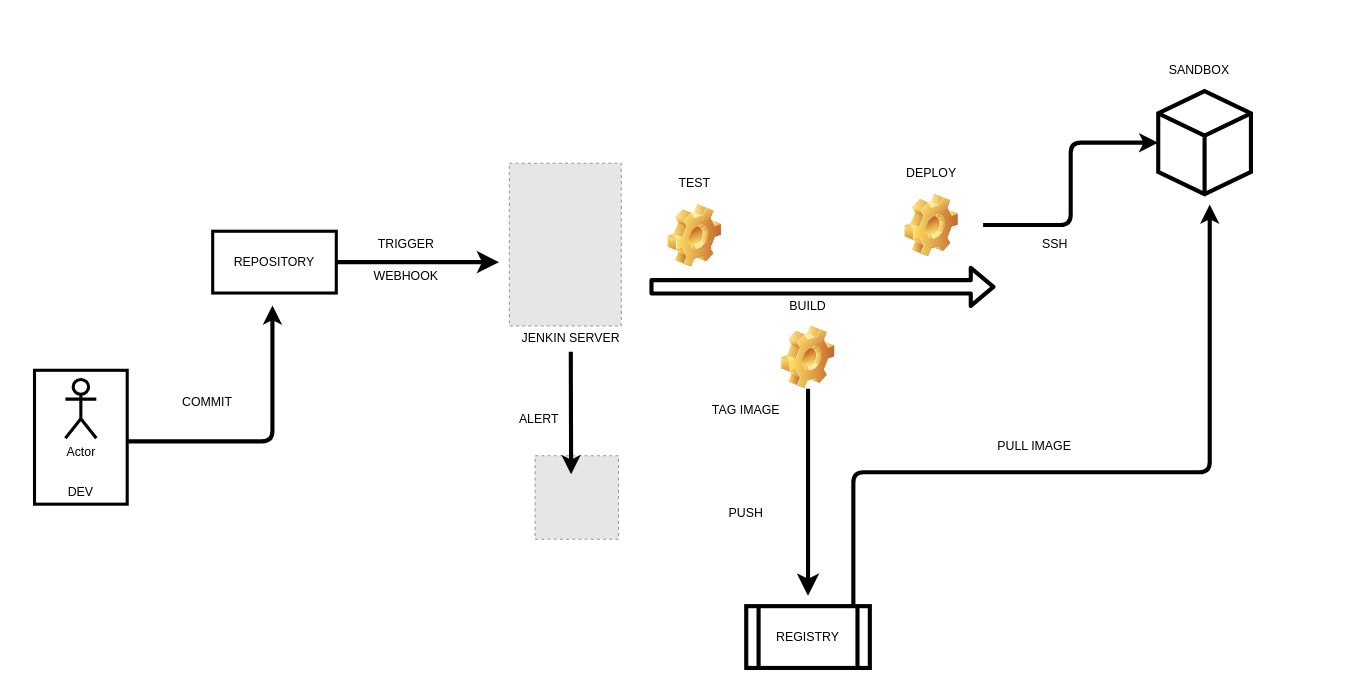
The draw.io diagram ci/ci-cd.drawio in quanhk711/dev-test-, before the edit. Source tidied: cells renumbered, new cells numbered last; positions are measured from the earlier drawing's top-left corner, leaving out a move shared by most shapes. Both pictures are drawn from the tidied source at 103%, with x=0, y=0 at pixel (13, 39). Pictures stored in the file or linked from it are replaced by grey dashed boxes.
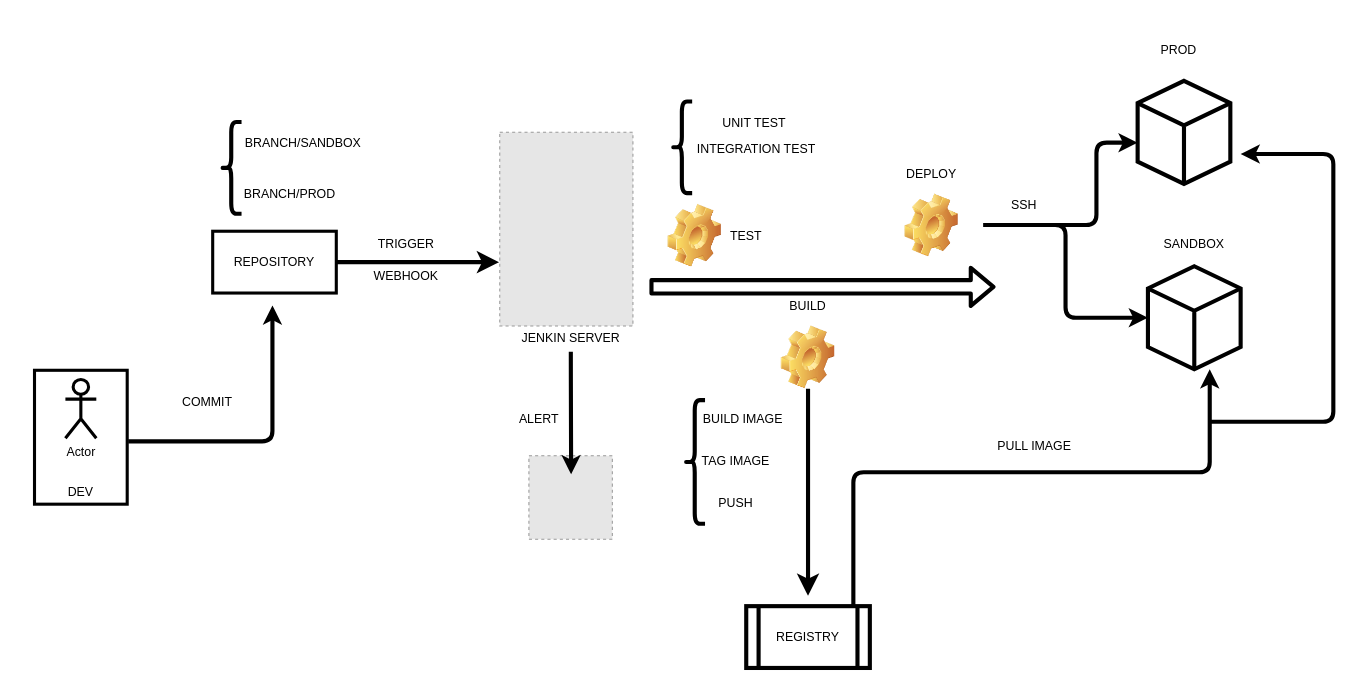
Above is the later version.

What changed in the source:
```diff
@@
     <mxCell id="8" style="fillColor=#E6E6E6;strokeColor=#999999;dashed=1;verticalLabelPosition=bottom;labelBackgroundColor=#ffffff;verticalAlign=top;" parent="1" vertex="1">
-      <mxGeometry x="481" y="120" width="108.7" height="158" as="geometry" />
+      <mxGeometry x="471.7" y="90" width="129.3" height="188" as="geometry" />
     </mxCell>
@@
     <mxCell id="13" value="TEST" style="rounded=0;whiteSpace=wrap;html=1;strokeWidth=3;opacity=0;" parent="1" vertex="1">
-      <mxGeometry x="601" y="110" width="120" height="60" as="geometry" />
+      <mxGeometry x="651" y="161" width="120" height="60" as="geometry" />
     </mxCell>
@@
     <mxCell id="18" value="DEPLOY" style="rounded=0;whiteSpace=wrap;html=1;strokeWidth=3;opacity=0;" parent="1" vertex="1">
-      <mxGeometry x="831" y="100" width="120" height="60" as="geometry" />
+      <mxGeometry x="831" y="101" width="120" height="60" as="geometry" />
     </mxCell>
@@
     <mxCell id="21" style="html=1;whiteSpace=wrap;shape=isoCube2;backgroundOutline=1;isoAngle=15;strokeWidth=4;" parent="1" vertex="1">
-      <mxGeometry x="1111" y="50" width="90" height="100" as="geometry" />
+      <mxGeometry x="1101" y="220" width="90" height="100" as="geometry" />
     </mxCell>
     <mxCell id="22" value="SANDBOX" style="rounded=0;whiteSpace=wrap;html=1;strokeWidth=3;opacity=0;" parent="1" vertex="1">
-      <mxGeometry x="1091" width="120" height="60" as="geometry" />
+      <mxGeometry x="1086" y="169" width="120" height="60" as="geometry" />
     </mxCell>
@@
     <mxCell id="25" value="PUSH" style="rounded=0;whiteSpace=wrap;html=1;strokeWidth=3;opacity=0;" parent="1" vertex="1">
-      <mxGeometry x="651" y="430" width="120" height="60" as="geometry" />
+      <mxGeometry x="641" y="420" width="120" height="60" as="geometry" />
     </mxCell>
     <mxCell id="26" value="TAG IMAGE" style="rounded=0;whiteSpace=wrap;html=1;strokeWidth=3;opacity=0;" parent="1" vertex="1">
-      <mxGeometry x="651" y="330" width="120" height="60" as="geometry" />
+      <mxGeometry x="641" y="379" width="120" height="60" as="geometry" />
     </mxCell>
     <mxCell id="27" style="edgeStyle=elbowEdgeStyle;elbow=vertical;endArrow=classic;html=1;strokeWidth=4;" parent="1" edge="1">
       <mxGeometry relative="1" as="geometry">
         <mxPoint x="815" y="550" as="sourcePoint" />
-        <mxPoint x="1161" y="160" as="targetPoint" />
+        <mxPoint x="1161" y="320" as="targetPoint" />
         <Array as="points">
           <mxPoint x="991" y="420" />
         </Array>
       </mxGeometry>
     </mxCell>
@@
     <mxCell id="30" value="SSH" style="rounded=0;whiteSpace=wrap;html=1;strokeWidth=3;opacity=0;" parent="1" vertex="1">
-      <mxGeometry x="951" y="169" width="120" height="60" as="geometry" />
+      <mxGeometry x="921" y="131" width="120" height="60" as="geometry" />
     </mxCell>
     <mxCell id="31" style="fillColor=#E6E6E6;strokeColor=#999999;dashed=1;verticalLabelPosition=bottom;labelBackgroundColor=#ffffff;verticalAlign=top;" parent="1" vertex="1">
-      <mxGeometry x="506" y="404" width="81" height="81" as="geometry" />
+      <mxGeometry x="500" y="404" width="81" height="81" as="geometry" />
     </mxCell>
@@
+    <mxCell id="34" style="shape=curlyBracket;whiteSpace=wrap;html=1;rounded=1;strokeWidth=4;fillColor=none;" parent="1" vertex="1">
+      <mxGeometry x="201" y="80" width="20" height="89" as="geometry" />
+    </mxCell>
+    <mxCell id="35" value="BRANCH/SANDBOX" style="rounded=0;whiteSpace=wrap;html=1;strokeWidth=3;opacity=0;" parent="1" vertex="1">
+      <mxGeometry x="216" y="71" width="130" height="60" as="geometry" />
+    </mxCell>
+    <mxCell id="36" value="BRANCH/PROD" style="rounded=0;whiteSpace=wrap;html=1;strokeWidth=3;opacity=0;" parent="1" vertex="1">
+      <mxGeometry x="208" y="120" width="120" height="60" as="geometry" />
+    </mxCell>
+    <mxCell id="37" style="html=1;whiteSpace=wrap;shape=isoCube2;backgroundOutline=1;isoAngle=15;strokeWidth=4;" parent="1" vertex="1">
+      <mxGeometry x="1091" y="40" width="90" height="100" as="geometry" />
+    </mxCell>
+    <mxCell id="38" value="PROD" style="rounded=0;whiteSpace=wrap;html=1;strokeWidth=3;opacity=0;" parent="1" vertex="1">
+      <mxGeometry x="1071" y="-20" width="120" height="60" as="geometry" />
+    </mxCell>
+    <mxCell id="39" style="shape=curlyBracket;whiteSpace=wrap;html=1;rounded=1;strokeWidth=4;fillColor=none;" parent="1" vertex="1">
+      <mxGeometry x="638.5" y="60" width="20" height="89" as="geometry" />
+    </mxCell>
+    <mxCell id="40" value="UNIT TEST" style="rounded=0;whiteSpace=wrap;html=1;strokeWidth=3;opacity=0;" parent="1" vertex="1">
+      <mxGeometry x="653.5" y="51" width="130" height="60" as="geometry" />
+    </mxCell>
+    <mxCell id="41" value="INTEGRATION TEST" style="rounded=0;whiteSpace=wrap;html=1;strokeWidth=3;opacity=0;" parent="1" vertex="1">
+      <mxGeometry x="656" y="76.5" width="130" height="60" as="geometry" />
+    </mxCell>
+    <mxCell id="42" style="edgeStyle=elbowEdgeStyle;elbow=horizontal;endArrow=classic;html=1;strokeWidth=4;" parent="1" edge="1">
+      <mxGeometry relative="1" as="geometry">
+        <mxPoint x="1011" y="180" as="sourcePoint" />
+        <mxPoint x="1091" y="100" as="targetPoint" />
+      </mxGeometry>
+    </mxCell>
+    <mxCell id="43" style="edgeStyle=segmentEdgeStyle;endArrow=classic;html=1;strokeWidth=4;" parent="1" edge="1">
+      <mxGeometry relative="1" as="geometry">
+        <mxPoint x="1161" y="371" as="sourcePoint" />
+        <mxPoint x="1191" y="111" as="targetPoint" />
+        <Array as="points">
+          <mxPoint x="1281" y="371" />
+          <mxPoint x="1281" y="111" />
+        </Array>
+      </mxGeometry>
+    </mxCell>
+    <mxCell id="44" style="shape=curlyBracket;whiteSpace=wrap;html=1;rounded=1;strokeWidth=4;fillColor=none;" parent="1" vertex="1">
+      <mxGeometry x="651" y="350" width="20" height="120" as="geometry" />
+    </mxCell>
+    <mxCell id="45" value="BUILD IMAGE" style="rounded=0;whiteSpace=wrap;html=1;strokeWidth=3;opacity=0;" parent="1" vertex="1">
+      <mxGeometry x="648" y="339" width="120" height="60" as="geometry" />
+    </mxCell>
```
